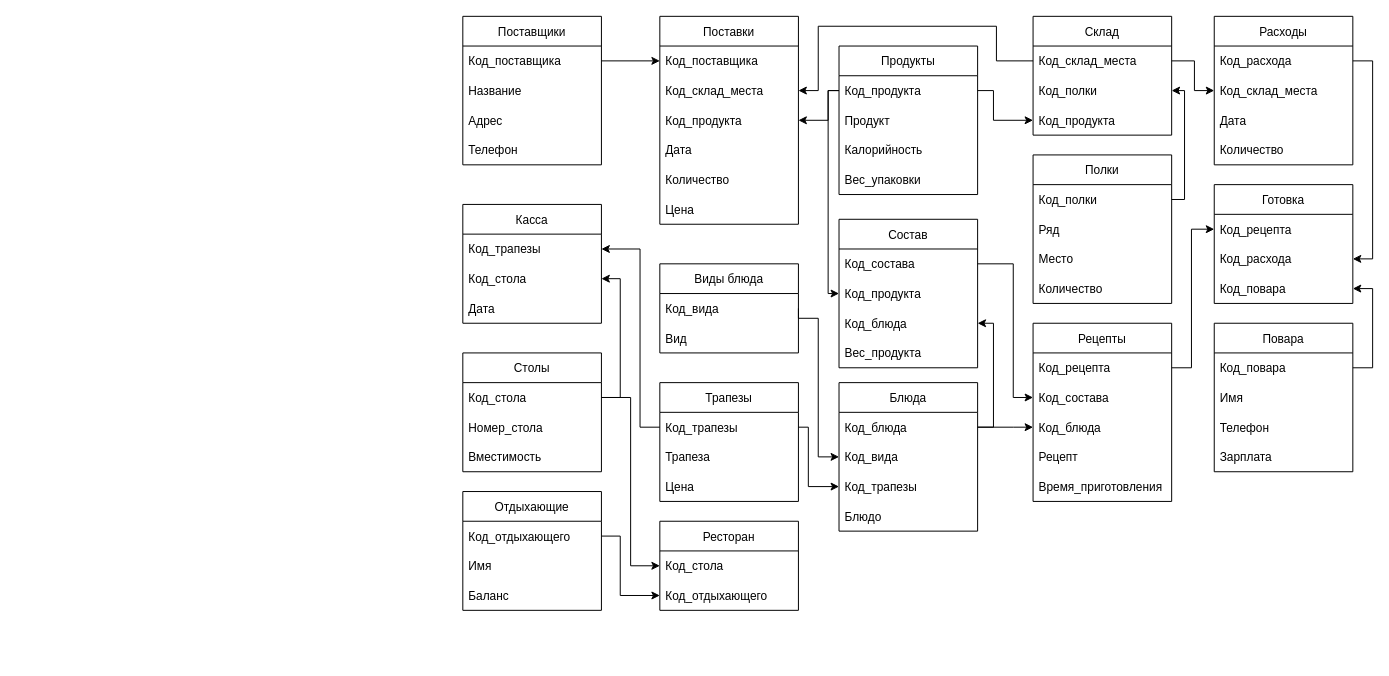
This is page "Ru" (1 of 3) of Untitled Diagram.drawio from lari5685/transfer, a draw.io file, before an edit. Source tidied: cells renumbered, new cells numbered last; positions are measured from the earlier drawing's top-left corner, leaving out a move shared by most shapes. Both pictures are drawn from the tidied source at 99%, with x=0, y=0 at pixel (462, 16).
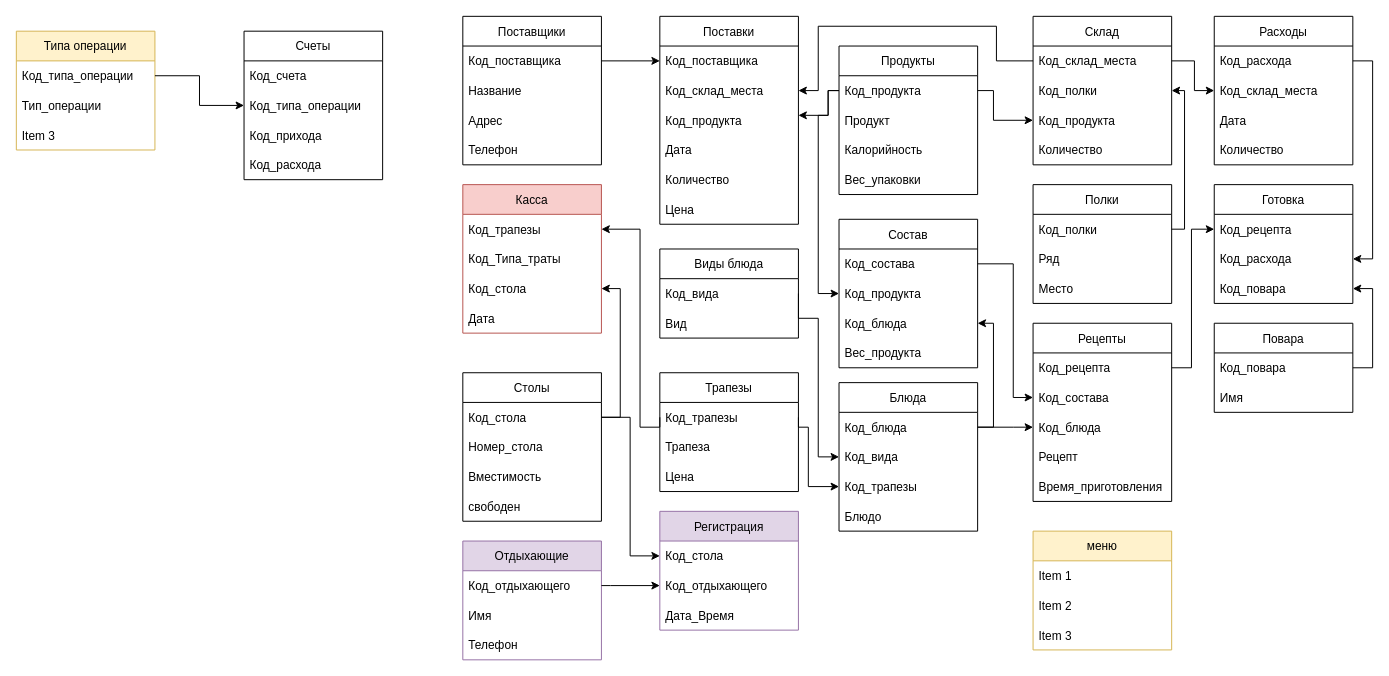
After the change.

The change refers to these unchanged cells:
```xml
<mxCell id="4" value="Код_полки    " style="text;strokeColor=none;fillColor=none;align=left;verticalAlign=middle;spacingLeft=4;spacingRight=4;overflow=hidden;points=[[0,0.5],[1,0.5]];portConstraint=eastwest;" parent="2" vertex="1">
  <mxGeometry y="60" width="140" height="30" as="geometry" />
</mxCell>
<mxCell id="14" value="Код_продукта" style="text;strokeColor=none;fillColor=none;align=left;verticalAlign=middle;spacingLeft=4;spacingRight=4;overflow=hidden;points=[[0,0.5],[1,0.5]];portConstraint=eastwest;" parent="11" vertex="1">
  <mxGeometry y="90" width="140" height="30" as="geometry" />
</mxCell>
<mxCell id="19" value="Код_продукта" style="text;strokeColor=none;fillColor=none;align=left;verticalAlign=middle;spacingLeft=4;spacingRight=4;overflow=hidden;points=[[0,0.5],[1,0.5]];portConstraint=eastwest;" parent="18" vertex="1">
  <mxGeometry y="30" width="140" height="30" as="geometry" />
</mxCell>
<mxCell id="29" value="Код_отдыхающего" style="text;strokeColor=none;fillColor=none;align=left;verticalAlign=middle;spacingLeft=4;spacingRight=4;overflow=hidden;points=[[0,0.5],[1,0.5]];portConstraint=eastwest;" parent="28" vertex="1">
  <mxGeometry y="30" width="140" height="30" as="geometry" />
</mxCell>
<mxCell id="42" value="Код_трапезы" style="text;strokeColor=none;fillColor=none;align=left;verticalAlign=middle;spacingLeft=4;spacingRight=4;overflow=hidden;points=[[0,0.5],[1,0.5]];portConstraint=eastwest;" parent="41" vertex="1">
  <mxGeometry y="30" width="140" height="30" as="geometry" />
</mxCell>
<mxCell id="50" value="Код_продукта" style="text;strokeColor=none;fillColor=none;align=left;verticalAlign=middle;spacingLeft=4;spacingRight=4;overflow=hidden;points=[[0,0.5],[1,0.5]];portConstraint=eastwest;" parent="48" vertex="1">
  <mxGeometry y="60" width="140" height="30" as="geometry" />
</mxCell>
<mxCell id="57" value="Код_трапезы" style="text;strokeColor=none;fillColor=none;align=left;verticalAlign=middle;spacingLeft=4;spacingRight=4;overflow=hidden;points=[[0,0.5],[1,0.5]];portConstraint=eastwest;" parent="56" vertex="1">
  <mxGeometry y="30" width="140" height="30" as="geometry" />
</mxCell>
<mxCell id="64" value="Код_полки    " style="text;strokeColor=none;fillColor=none;align=left;verticalAlign=middle;spacingLeft=4;spacingRight=4;overflow=hidden;points=[[0,0.5],[1,0.5]];portConstraint=eastwest;" parent="63" vertex="1">
  <mxGeometry y="30" width="140" height="30" as="geometry" />
</mxCell>
<mxCell id="90" value="Код_стола" style="text;strokeColor=none;fillColor=none;align=left;verticalAlign=middle;spacingLeft=4;spacingRight=4;overflow=hidden;points=[[0,0.5],[1,0.5]];portConstraint=eastwest;" parent="89" vertex="1">
  <mxGeometry y="30" width="140" height="30" as="geometry" />
</mxCell>
```

Change to the diagram source:
```diff
@@
     <mxCell id="2" value="Склад" style="swimlane;fontStyle=0;horizontal=1;startSize=30;" parent="1" vertex="1">
-      <mxGeometry x="576" width="140" height="120" as="geometry" />
+      <mxGeometry x="576" width="140" height="150" as="geometry" />
     </mxCell>
@@
+    <mxCell id="67" value="Количество" style="text;strokeColor=none;fillColor=none;align=left;verticalAlign=middle;spacingLeft=4;spacingRight=4;overflow=hidden;" parent="2" vertex="1">
+      <mxGeometry y="120" width="140" height="30" as="geometry" />
+    </mxCell>
@@
-    <mxCell id="28" value="Отдыхающие" style="swimlane;fontStyle=0;horizontal=1;startSize=30;" parent="1" vertex="1">
-      <mxGeometry y="480" width="140" height="120" as="geometry" />
+    <mxCell id="28" value="Отдыхающие" style="swimlane;fontStyle=0;horizontal=1;startSize=30;fillColor=#e1d5e7;strokeColor=#9673a6;" parent="1" vertex="1">
+      <mxGeometry y="530" width="140" height="120" as="geometry" />
     </mxCell>
@@
-    <mxCell id="31" value="Баланс" style="text;strokeColor=none;fillColor=none;align=left;verticalAlign=middle;spacingLeft=4;spacingRight=4;overflow=hidden;" parent="28" vertex="1">
+    <mxCell id="31" value="Телефон" style="text;strokeColor=none;fillColor=none;align=left;verticalAlign=middle;spacingLeft=4;spacingRight=4;overflow=hidden;" parent="28" vertex="1">
       <mxGeometry y="90" width="140" height="30" as="geometry" />
     </mxCell>
@@
     <mxCell id="38" value="Виды блюда" style="swimlane;fontStyle=0;horizontal=1;startSize=30;" parent="1" vertex="1">
-      <mxGeometry x="199" y="250" width="140" height="90" as="geometry" />
+      <mxGeometry x="199" y="235" width="140" height="90" as="geometry" />
     </mxCell>
@@
     <mxCell id="41" value="Трапезы" style="swimlane;fontStyle=0;horizontal=1;startSize=30;" parent="1" vertex="1">
-      <mxGeometry x="199" y="370" width="140" height="120" as="geometry" />
+      <mxGeometry x="199" y="360" width="140" height="120" as="geometry" />
     </mxCell>
@@
-    <mxCell id="46" style="edgeStyle=orthogonalEdgeStyle;rounded=0;jettySize=auto;html=1;exitX=0;exitY=0.5;exitDx=0;exitDy=0;entryX=1;entryY=0.5;entryDx=0;entryDy=0;" parent="1" edge="1" source="19" target="14">
+    <mxCell id="46" style="edgeStyle=orthogonalEdgeStyle;rounded=0;jettySize=auto;html=1;exitX=0;exitY=0.5;exitDx=0;exitDy=0;" parent="1" edge="1" source="19">
       <mxGeometry relative="1" as="geometry">
+        <mxPoint x="339" y="100" as="targetPoint" />
         <Array as="points">
           <mxPoint x="369" y="75" />
-          <mxPoint x="369" y="105" />
+          <mxPoint x="369" y="100" />
+          <mxPoint x="339" y="100" />
         </Array>
       </mxGeometry>
     </mxCell>
@@
-    <mxCell id="56" value="Касса" style="swimlane;fontStyle=0;horizontal=1;startSize=30;" parent="1" vertex="1">
-      <mxGeometry y="190" width="140" height="120" as="geometry" />
+    <mxCell id="56" value="Касса" style="swimlane;fontStyle=0;horizontal=1;startSize=30;fillColor=#f8cecc;strokeColor=#b85450;" parent="1" vertex="1">
+      <mxGeometry y="170" width="140" height="150" as="geometry" />
     </mxCell>
@@
+    <mxCell id="99" value="Код_Типа_траты" style="text;strokeColor=none;fillColor=none;align=left;verticalAlign=middle;spacingLeft=4;spacingRight=4;overflow=hidden;" parent="56" vertex="1">
+      <mxGeometry y="60" width="140" height="30" as="geometry" />
+    </mxCell>
     <mxCell id="58" value="Код_стола" style="text;strokeColor=none;fillColor=none;align=left;verticalAlign=middle;spacingLeft=4;spacingRight=4;overflow=hidden;points=[[0,0.5],[1,0.5]];portConstraint=eastwest;" parent="56" vertex="1">
-      <mxGeometry y="60" width="140" height="30" as="geometry" />
+      <mxGeometry y="90" width="140" height="30" as="geometry" />
     </mxCell>
     <mxCell id="59" value="Дата" style="text;strokeColor=none;fillColor=none;align=left;verticalAlign=middle;spacingLeft=4;spacingRight=4;overflow=hidden;" parent="56" vertex="1">
-      <mxGeometry y="90" width="140" height="30" as="geometry" />
+      <mxGeometry y="120" width="140" height="30" as="geometry" />
     </mxCell>
@@
     <mxCell id="61" style="edgeStyle=orthogonalEdgeStyle;rounded=0;jettySize=auto;html=1;exitX=0;exitY=0.5;exitDx=0;exitDy=0;entryX=1;entryY=0.5;entryDx=0;entryDy=0;" parent="1" edge="1" source="42" target="57">
       <mxGeometry relative="1" as="geometry">
         <Array as="points">
+          <mxPoint x="199" y="415" />
           <mxPoint x="179" y="415" />
-          <mxPoint x="179" y="235" />
+          <mxPoint x="179" y="215" />
         </Array>
       </mxGeometry>
     </mxCell>
@@
     <mxCell id="63" value="Полки" style="swimlane;fontStyle=0;horizontal=1;startSize=30;" parent="1" vertex="1">
-      <mxGeometry x="576" y="140" width="140" height="150" as="geometry" />
+      <mxGeometry x="576" y="170" width="140" height="120" as="geometry" />
     </mxCell>
@@
-    <mxCell id="67" value="Количество" style="text;strokeColor=none;fillColor=none;align=left;verticalAlign=middle;spacingLeft=4;spacingRight=4;overflow=hidden;" parent="63" vertex="1">
-      <mxGeometry y="120" width="140" height="30" as="geometry" />
-    </mxCell>
@@
     <mxCell id="72" value="Повара" style="swimlane;fontStyle=0;horizontal=1;startSize=30;sketch=0;shadow=0;rounded=0;glass=0;" parent="1" vertex="1">
-      <mxGeometry x="759" y="310" width="140" height="150" as="geometry" />
+      <mxGeometry x="759" y="310" width="140" height="90" as="geometry" />
     </mxCell>
@@
-    <mxCell id="75" value="Телефон" style="text;strokeColor=none;fillColor=none;align=left;verticalAlign=middle;spacingLeft=4;spacingRight=4;overflow=hidden;" parent="72" vertex="1">
-      <mxGeometry y="90" width="140" height="30" as="geometry" />
-    </mxCell>
-    <mxCell id="76" value="Зарплата" style="text;strokeColor=none;fillColor=none;align=left;verticalAlign=middle;spacingLeft=4;spacingRight=4;overflow=hidden;" parent="72" vertex="1">
-      <mxGeometry y="120" width="140" height="30" as="geometry" />
-    </mxCell>
@@
     <mxCell id="87" style="edgeStyle=orthogonalEdgeStyle;rounded=0;jettySize=auto;html=1;exitX=0;exitY=0.5;exitDx=0;exitDy=0;entryX=0;entryY=0.5;entryDx=0;entryDy=0;" parent="1" edge="1" source="19" target="50">
       <mxGeometry relative="1" as="geometry">
         <Array as="points">
           <mxPoint x="369" y="75" />
-          <mxPoint x="369" y="280" />
+          <mxPoint x="369" y="100" />
+          <mxPoint x="359" y="100" />
+          <mxPoint x="359" y="280" />
         </Array>
       </mxGeometry>
     </mxCell>
     <mxCell id="88" style="edgeStyle=orthogonalEdgeStyle;rounded=0;jettySize=auto;html=1;exitX=1;exitY=0.5;exitDx=0;exitDy=0;entryX=1;entryY=0.5;entryDx=0;entryDy=0;" parent="1" edge="1" source="64" target="4">
       <mxGeometry relative="1" as="geometry">
         <Array as="points">
-          <mxPoint x="729" y="185" />
+          <mxPoint x="729" y="215" />
           <mxPoint x="729" y="75" />
         </Array>
       </mxGeometry>
     </mxCell>
     <mxCell id="89" value="Столы" style="swimlane;fontStyle=0;horizontal=1;startSize=30;" parent="1" vertex="1">
-      <mxGeometry y="340" width="140" height="120" as="geometry" />
+      <mxGeometry y="360" width="140" height="150" as="geometry" />
     </mxCell>
@@
-    <mxCell id="93" value="Ресторан" style="swimlane;fontStyle=0;horizontal=1;startSize=30;" parent="1" vertex="1">
-      <mxGeometry x="199" y="510" width="140" height="90" as="geometry" />
-    </mxCell>
+    <mxCell id="100" value="свободен" style="text;strokeColor=none;fillColor=none;align=left;verticalAlign=middle;spacingLeft=4;spacingRight=4;overflow=hidden;" parent="89" vertex="1">
+      <mxGeometry y="120" width="140" height="30" as="geometry" />
+    </mxCell>
+    <mxCell id="96" style="edgeStyle=orthogonalEdgeStyle;rounded=0;jettySize=auto;html=1;exitX=1;exitY=0.5;exitDx=0;exitDy=0;entryX=1;entryY=0.5;entryDx=0;entryDy=0;" parent="1" edge="1" source="90" target="58">
+      <mxGeometry relative="1" as="geometry">
+        <Array as="points">
+          <mxPoint x="159" y="405" />
+          <mxPoint x="159" y="275" />
+        </Array>
+      </mxGeometry>
+    </mxCell>
+    <mxCell id="98" style="edgeStyle=orthogonalEdgeStyle;rounded=0;jettySize=auto;html=1;exitX=1;exitY=0.5;exitDx=0;exitDy=0;entryX=0;entryY=0.5;entryDx=0;entryDy=0;" parent="1" edge="1" source="90" target="94">
+      <mxGeometry relative="1" as="geometry">
+        <Array as="points">
+          <mxPoint x="169" y="405" />
+          <mxPoint x="169" y="545" />
+        </Array>
+      </mxGeometry>
+    </mxCell>
+    <mxCell id="101" value="Регистрация" style="swimlane;fontStyle=0;horizontal=1;startSize=30;fillColor=#e1d5e7;strokeColor=#9673a6;" parent="1" vertex="1">
+      <mxGeometry x="199" y="500" width="140" height="120" as="geometry" />
+    </mxCell>
-    <mxCell id="94" value="Код_стола" style="text;strokeColor=none;fillColor=none;align=left;verticalAlign=middle;spacingLeft=4;spacingRight=4;overflow=hidden;points=[[0,0.5],[1,0.5]];portConstraint=eastwest;" parent="93" vertex="1">
+    <mxCell id="94" value="Код_стола" style="text;strokeColor=none;fillColor=none;align=left;verticalAlign=middle;spacingLeft=4;spacingRight=4;overflow=hidden;points=[[0,0.5],[1,0.5]];portConstraint=eastwest;" parent="101" vertex="1">
       <mxGeometry y="30" width="140" height="30" as="geometry" />
     </mxCell>
-    <mxCell id="95" value="Код_отдыхающего" style="text;strokeColor=none;fillColor=none;align=left;verticalAlign=middle;spacingLeft=4;spacingRight=4;overflow=hidden;points=[[0,0.5],[1,0.5]];portConstraint=eastwest;" parent="93" vertex="1">
+    <mxCell id="95" value="Код_отдыхающего" style="text;strokeColor=none;fillColor=none;align=left;verticalAlign=middle;spacingLeft=4;spacingRight=4;overflow=hidden;points=[[0,0.5],[1,0.5]];portConstraint=eastwest;" parent="101" vertex="1">
       <mxGeometry y="60" width="140" height="30" as="geometry" />
     </mxCell>
-    <mxCell id="96" style="edgeStyle=orthogonalEdgeStyle;rounded=0;jettySize=auto;html=1;exitX=1;exitY=0.5;exitDx=0;exitDy=0;entryX=1;entryY=0.5;entryDx=0;entryDy=0;" parent="1" edge="1" source="90" target="58">
-      <mxGeometry relative="1" as="geometry">
-        <Array as="points">
-          <mxPoint x="159" y="385" />
-          <mxPoint x="159" y="265" />
-        </Array>
-      </mxGeometry>
-    </mxCell>
+    <mxCell id="102" value="Дата_Время" style="text;strokeColor=none;fillColor=none;align=left;verticalAlign=middle;spacingLeft=4;spacingRight=4;overflow=hidden;" parent="101" vertex="1">
+      <mxGeometry y="90" width="140" height="30" as="geometry" />
+    </mxCell>
     <mxCell id="97" style="edgeStyle=orthogonalEdgeStyle;rounded=0;jettySize=auto;html=1;exitX=1;exitY=0.5;exitDx=0;exitDy=0;entryX=0;entryY=0.5;entryDx=0;entryDy=0;" parent="1" edge="1" source="29" target="95">
       <mxGeometry relative="1" as="geometry">
         <Array as="points">
-          <mxPoint x="159" y="525" />
-          <mxPoint x="159" y="585" />
+          <mxPoint x="149" y="575" />
+          <mxPoint x="149" y="575" />
         </Array>
       </mxGeometry>
     </mxCell>
-    <mxCell id="98" style="edgeStyle=orthogonalEdgeStyle;rounded=0;jettySize=auto;html=1;exitX=1;exitY=0.5;exitDx=0;exitDy=0;entryX=0;entryY=0.5;entryDx=0;entryDy=0;" parent="1" edge="1" source="90" target="94">
-      <mxGeometry relative="1" as="geometry" />
-    </mxCell>
+    <mxCell id="103" value="меню" style="swimlane;fontStyle=0;horizontal=1;startSize=30;fillColor=#fff2cc;strokeColor=#d6b656;" parent="1" vertex="1">
+      <mxGeometry x="576" y="520" width="140" height="120" as="geometry" />
+    </mxCell>
+    <mxCell id="104" value="Item 1" style="text;strokeColor=none;fillColor=none;align=left;verticalAlign=middle;spacingLeft=4;spacingRight=4;overflow=hidden;" parent="103" vertex="1">
+      <mxGeometry y="30" width="140" height="30" as="geometry" />
+    </mxCell>
+    <mxCell id="105" value="Item 2" style="text;strokeColor=none;fillColor=none;align=left;verticalAlign=middle;spacingLeft=4;spacingRight=4;overflow=hidden;" parent="103" vertex="1">
+      <mxGeometry y="60" width="140" height="30" as="geometry" />
+    </mxCell>
+    <mxCell id="106" value="Item 3" style="text;strokeColor=none;fillColor=none;align=left;verticalAlign=middle;spacingLeft=4;spacingRight=4;overflow=hidden;" parent="103" vertex="1">
+      <mxGeometry y="90" width="140" height="30" as="geometry" />
+    </mxCell>
+    <mxCell id="107" value="Типа операции" style="swimlane;fontStyle=0;horizontal=1;startSize=30;fillColor=#fff2cc;strokeColor=#d6b656;" parent="1" vertex="1">
+      <mxGeometry x="-451" y="15" width="140" height="120" as="geometry" />
+    </mxCell>
+    <mxCell id="108" value="Код_типа_операции" style="text;strokeColor=none;fillColor=none;align=left;verticalAlign=middle;spacingLeft=4;spacingRight=4;overflow=hidden;points=[[0,0.5],[1,0.5]];portConstraint=eastwest;" parent="107" vertex="1">
+      <mxGeometry y="30" width="140" height="30" as="geometry" />
+    </mxCell>
+    <mxCell id="109" value="Тип_операции" style="text;strokeColor=none;fillColor=none;align=left;verticalAlign=middle;spacingLeft=4;spacingRight=4;overflow=hidden;" parent="107" vertex="1">
+      <mxGeometry y="60" width="140" height="30" as="geometry" />
+    </mxCell>
+    <mxCell id="110" value="Item 3" style="text;strokeColor=none;fillColor=none;align=left;verticalAlign=middle;spacingLeft=4;spacingRight=4;overflow=hidden;" parent="107" vertex="1">
+      <mxGeometry y="90" width="140" height="30" as="geometry" />
+    </mxCell>
+    <mxCell id="111" value="Счеты" style="swimlane;fontStyle=0;horizontal=1;startSize=30;" parent="1" vertex="1">
+      <mxGeometry x="-221" y="15" width="140" height="150" as="geometry" />
+    </mxCell>
+    <mxCell id="112" value="Код_счета    " style="text;strokeColor=none;fillColor=none;align=left;verticalAlign=middle;spacingLeft=4;spacingRight=4;overflow=hidden;" parent="111" vertex="1">
+      <mxGeometry y="30" width="140" height="30" as="geometry" />
+    </mxCell>
+    <mxCell id="113" value="Код_типа_операции" style="text;strokeColor=none;fillColor=none;align=left;verticalAlign=middle;spacingLeft=4;spacingRight=4;overflow=hidden;points=[[0,0.5],[1,0.5]];portConstraint=eastwest;" parent="111" vertex="1">
+      <mxGeometry y="60" width="140" height="30" as="geometry" />
+    </mxCell>
+    <mxCell id="114" value="Код_прихода" style="text;strokeColor=none;fillColor=none;align=left;verticalAlign=middle;spacingLeft=4;spacingRight=4;overflow=hidden;" parent="111" vertex="1">
+      <mxGeometry y="90" width="140" height="30" as="geometry" />
+    </mxCell>
+    <mxCell id="115" value="Код_расхода" style="text;strokeColor=none;fillColor=none;align=left;verticalAlign=middle;spacingLeft=4;spacingRight=4;overflow=hidden;" parent="111" vertex="1">
+      <mxGeometry y="120" width="140" height="30" as="geometry" />
+    </mxCell>
+    <mxCell id="116" style="edgeStyle=orthogonalEdgeStyle;rounded=0;jettySize=auto;html=1;exitX=1;exitY=0.5;exitDx=0;exitDy=0;entryX=0;entryY=0.5;entryDx=0;entryDy=0;" parent="1" edge="1" source="108" target="113">
+      <mxGeometry relative="1" as="geometry" />
+    </mxCell>
```
